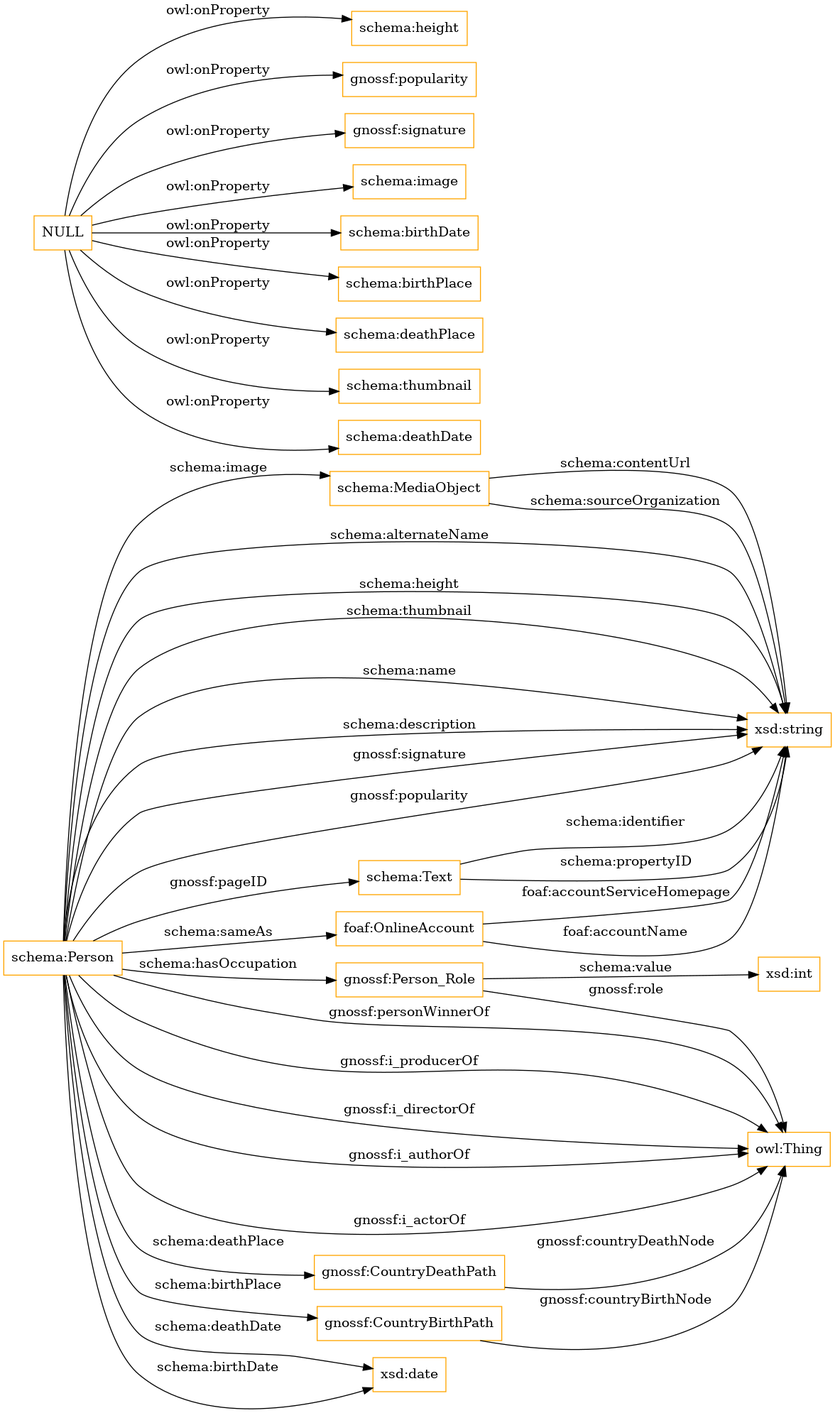
Before: OnToology/ontologies/gfpersona.owl/diagrams/ar2dtool-class/gfpersona.owl.png, a diagram exported from Graphviz (sergio10mwws/ontologias-demo). Its source is kept beside it as OnToology/ontologies/gfpersona.owl/diagrams/ar2dtool-class/gfpersona.owl.png.dot.
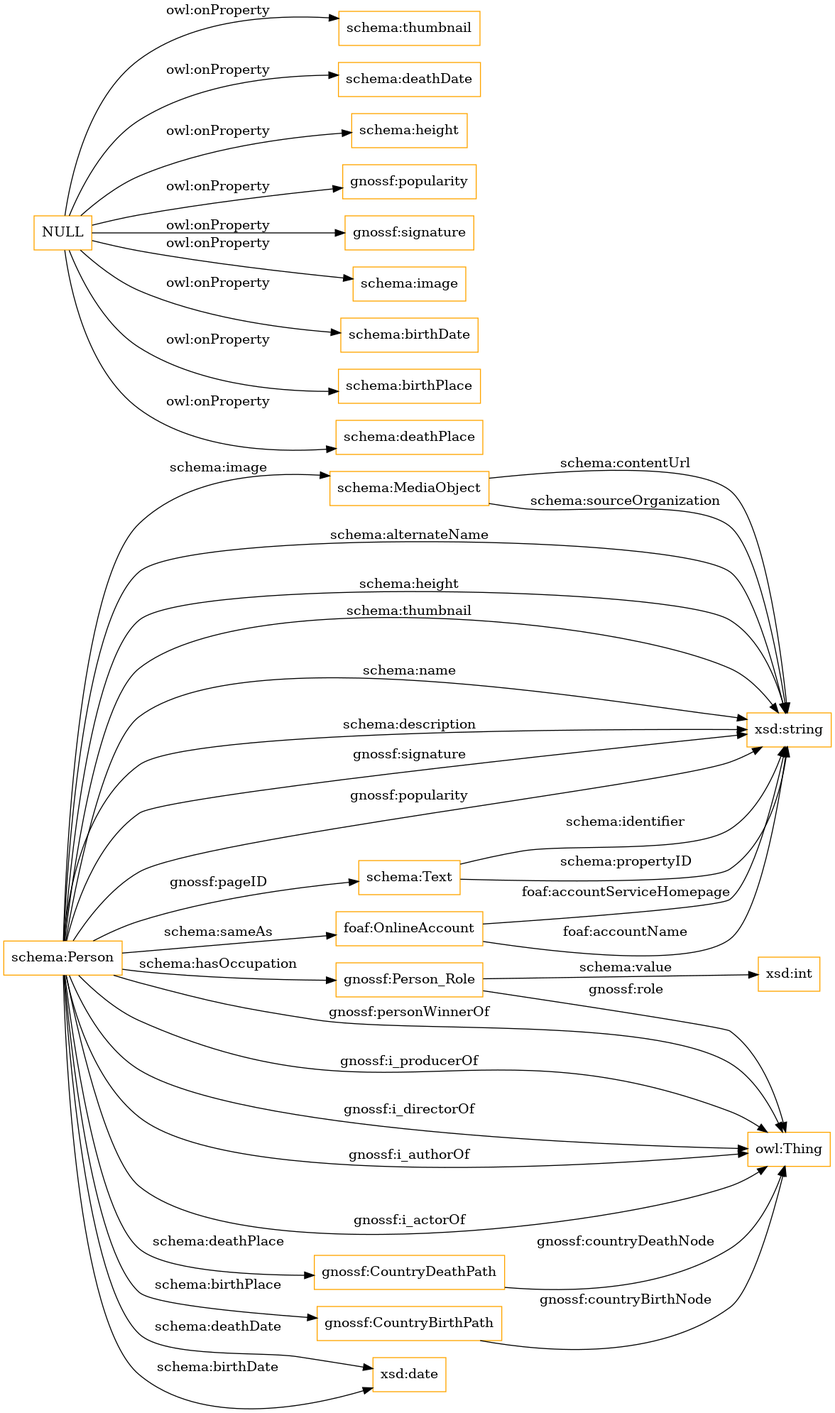
After the change.

The edit, as a diff of the source:
```diff
@@ -2,6 +2,8 @@
 rankdir=LR;
 size="1501"
 node [shape = rectangle, color="orange"]; "gnossf:Person_Role" "schema:Person" "schema:Text" "foaf:OnlineAccount" "gnossf:CountryDeathPath" "gnossf:CountryBirthPath" "schema:MediaObject" ; /*classes style*/
+	"NULL" -> "schema:thumbnail" [ label = "owl:onProperty" ];
+	"NULL" -> "schema:deathDate" [ label = "owl:onProperty" ];
 	"NULL" -> "schema:height" [ label = "owl:onProperty" ];
 	"NULL" -> "gnossf:popularity" [ label = "owl:onProperty" ];
 	"NULL" -> "gnossf:signature" [ label = "owl:onProperty" ];
@@ -9,8 +11,6 @@
 	"NULL" -> "schema:birthDate" [ label = "owl:onProperty" ];
 	"NULL" -> "schema:birthPlace" [ label = "owl:onProperty" ];
 	"NULL" -> "schema:deathPlace" [ label = "owl:onProperty" ];
-	"NULL" -> "schema:thumbnail" [ label = "owl:onProperty" ];
-	"NULL" -> "schema:deathDate" [ label = "owl:onProperty" ];
 	"schema:Person" -> "xsd:string" [ label = "schema:alternateName" ];
 	"schema:Person" -> "owl:Thing" [ label = "gnossf:i_actorOf" ];
 	"schema:Person" -> "gnossf:CountryBirthPath" [ label = "schema:birthPlace" ];
```
